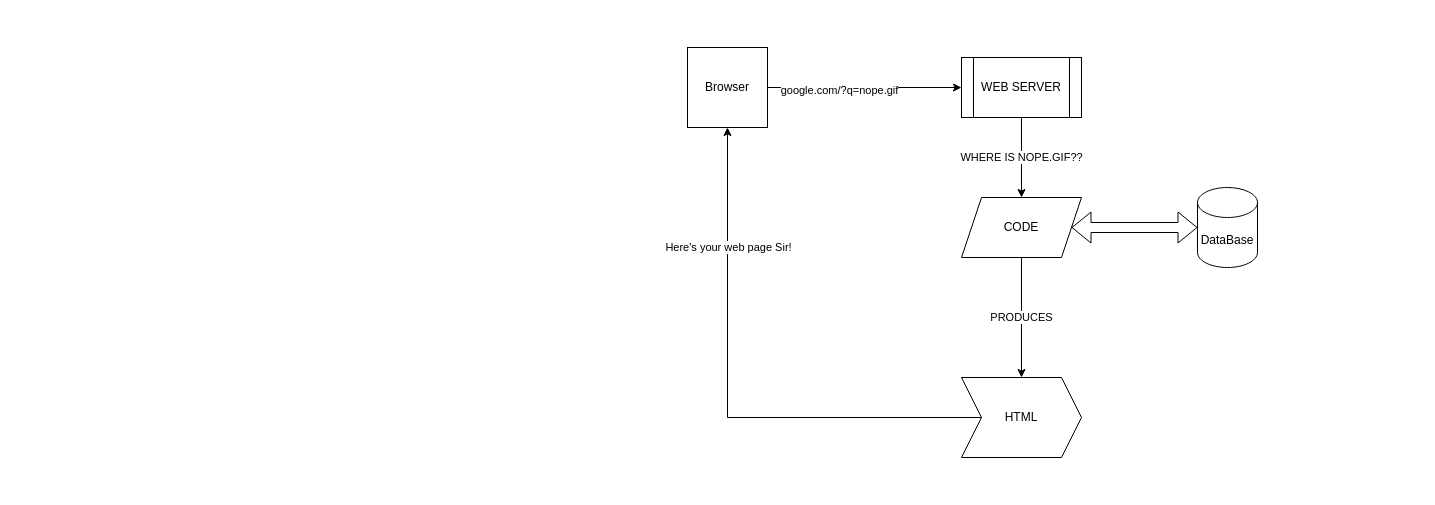
The draw.io diagram Untitled Diagram.drawio in fergalmoran/buttnerdz, before the edit. Source tidied: cells renumbered, new cells numbered last; positions are measured from the earlier drawing's top-left corner, leaving out a move shared by most shapes. Both pictures are drawn from the tidied source at 100%, with x=0, y=0 at pixel (687, 47).
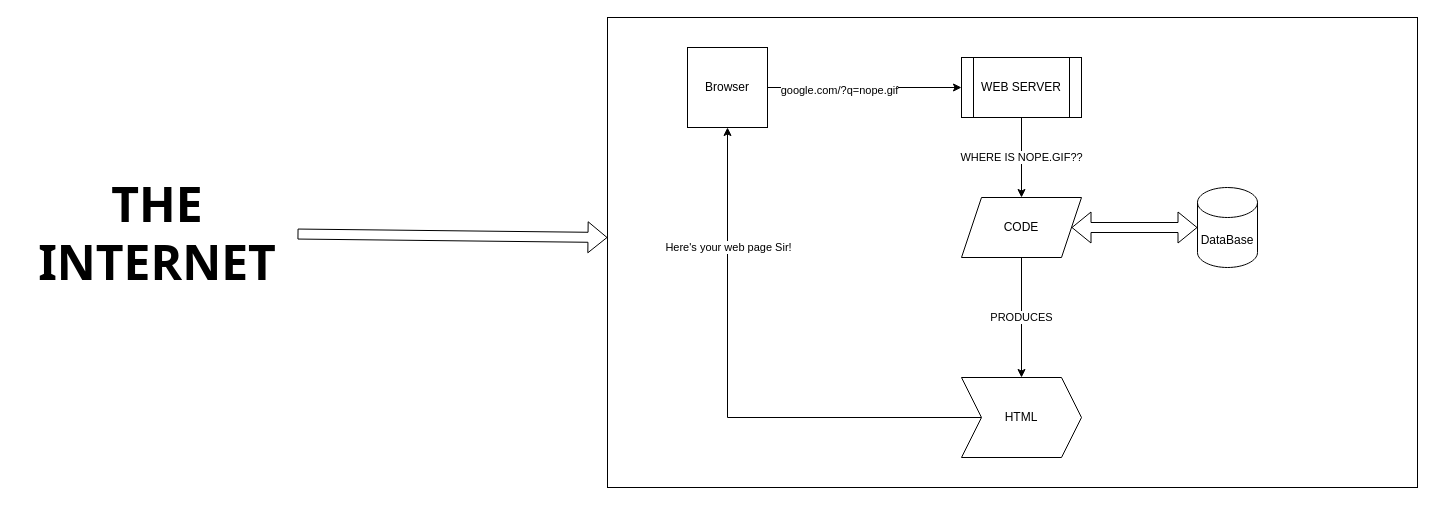
Above is the later version.

What changed in the source:
```diff
@@
 <mxGraphModel>
   <root>
     <mxCell id="0" />
     <mxCell id="1" parent="0" />
+    <mxCell id="14" style="rounded=0;whiteSpace=wrap;html=1;" parent="1" vertex="1">
+      <mxGeometry x="-80" y="-30" width="810" height="470" as="geometry" />
+    </mxCell>
     <mxCell id="2" value="Browser" style="whiteSpace=wrap;html=1;" parent="1" vertex="1">
       <mxGeometry width="80" height="80" as="geometry" />
     </mxCell>
     <mxCell id="3" style="endArrow=classic;html=1;entryX=0;entryY=0.5;entryDx=0;entryDy=0;" parent="1" edge="1" target="6">
       <mxGeometry relative="1" as="geometry">
         <mxPoint x="80" y="40" as="sourcePoint" />
       </mxGeometry>
     </mxCell>
     <mxCell id="4" value="google.com/?q=nope.gif" style="edgeLabel;html=1;align=center;verticalAlign=middle;" parent="3" vertex="1">
       <mxGeometry x="-0.27" y="-2" relative="1" as="geometry" />
     </mxCell>
     <mxCell id="5" value="WHERE IS NOPE.GIF??" style="edgeStyle=orthogonalEdgeStyle;rounded=0;jettySize=auto;html=1;" parent="1" edge="1" source="6" target="8">
       <mxGeometry relative="1" as="geometry" />
     </mxCell>
     <mxCell id="6" value="WEB SERVER" style="shape=process;whiteSpace=wrap;html=1;backgroundOutline=1;" parent="1" vertex="1">
       <mxGeometry x="274" y="10" width="120" height="60" as="geometry" />
     </mxCell>
     <mxCell id="7" value="PRODUCES" style="edgeStyle=orthogonalEdgeStyle;rounded=0;jettySize=auto;html=1;" parent="1" edge="1" source="8" target="11">
       <mxGeometry relative="1" as="geometry" />
     </mxCell>
     <mxCell id="8" value="CODE" style="shape=parallelogram;perimeter=parallelogramPerimeter;whiteSpace=wrap;html=1;fixedSize=1;" parent="1" vertex="1">
       <mxGeometry x="274" y="150" width="120" height="60" as="geometry" />
     </mxCell>
     <mxCell id="9" style="edgeStyle=orthogonalEdgeStyle;rounded=0;jettySize=auto;html=1;entryX=0.5;entryY=1;entryDx=0;entryDy=0;" parent="1" edge="1" source="11" target="2">
       <mxGeometry relative="1" as="geometry" />
     </mxCell>
     <mxCell id="10" value="Here's your web page Sir!" style="edgeLabel;html=1;align=center;verticalAlign=middle;" parent="9" vertex="1">
       <mxGeometry x="0.12" y="3" relative="1" as="geometry">
         <mxPoint x="3" y="-120" as="offset" />
       </mxGeometry>
     </mxCell>
     <mxCell id="11" value="HTML" style="shape=step;perimeter=stepPerimeter;whiteSpace=wrap;html=1;fixedSize=1;" parent="1" vertex="1">
       <mxGeometry x="274" y="330" width="120" height="80" as="geometry" />
     </mxCell>
     <mxCell id="12" value="DataBase" style="shape=cylinder3;whiteSpace=wrap;html=1;boundedLbl=1;backgroundOutline=1;size=15;" parent="1" vertex="1">
       <mxGeometry x="510" y="140" width="60" height="80" as="geometry" />
     </mxCell>
     <mxCell id="13" style="shape=flexArrow;endArrow=classic;startArrow=classic;html=1;entryX=0;entryY=0.5;entryDx=0;entryDy=0;entryPerimeter=0;exitX=1;exitY=0.5;exitDx=0;exitDy=0;" parent="1" edge="1" source="8" target="12">
       <mxGeometry relative="1" as="geometry" />
     </mxCell>
+    <mxCell id="15" value="&lt;font style=&quot;font-size: 48px&quot; face=&quot;Tahoma&quot;&gt;&lt;b&gt;THE INTERNET&lt;/b&gt;&lt;/font&gt;" style="text;html=1;strokeColor=none;fillColor=none;align=center;verticalAlign=middle;whiteSpace=wrap;rounded=0;" parent="1" vertex="1">
+      <mxGeometry x="-670" y="90" width="280" height="190" as="geometry" />
+    </mxCell>
+    <mxCell id="16" style="shape=flexArrow;endArrow=classic;html=1;" parent="1" edge="1" source="15">
+      <mxGeometry relative="1" as="geometry">
+        <mxPoint x="-80" y="190" as="targetPoint" />
+      </mxGeometry>
+    </mxCell>
   </root>
 </mxGraphModel>
```
